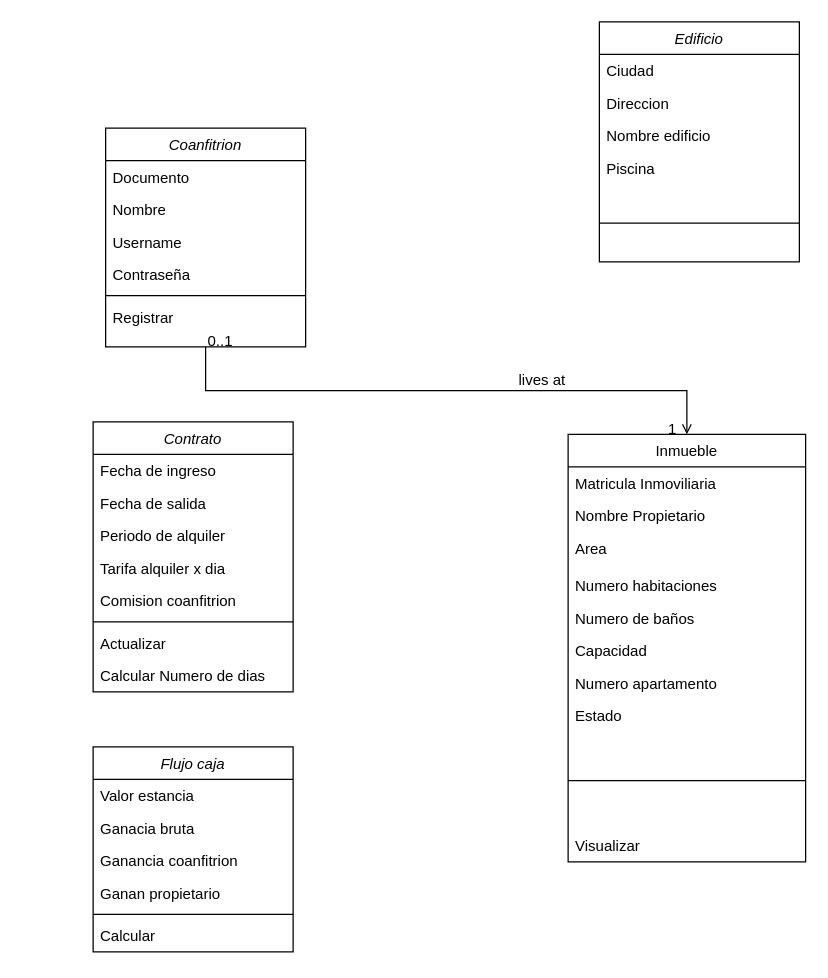
Before: Diagrama sin título.drawio in fsvarelae/fsvarelae, a draw.io diagram. Source tidied: cells renumbered, new cells numbered last; positions are measured from the earlier drawing's top-left corner, leaving out a move shared by most shapes. Both pictures are drawn from the tidied source at 125%, with x=0, y=0 at pixel (92, 21).
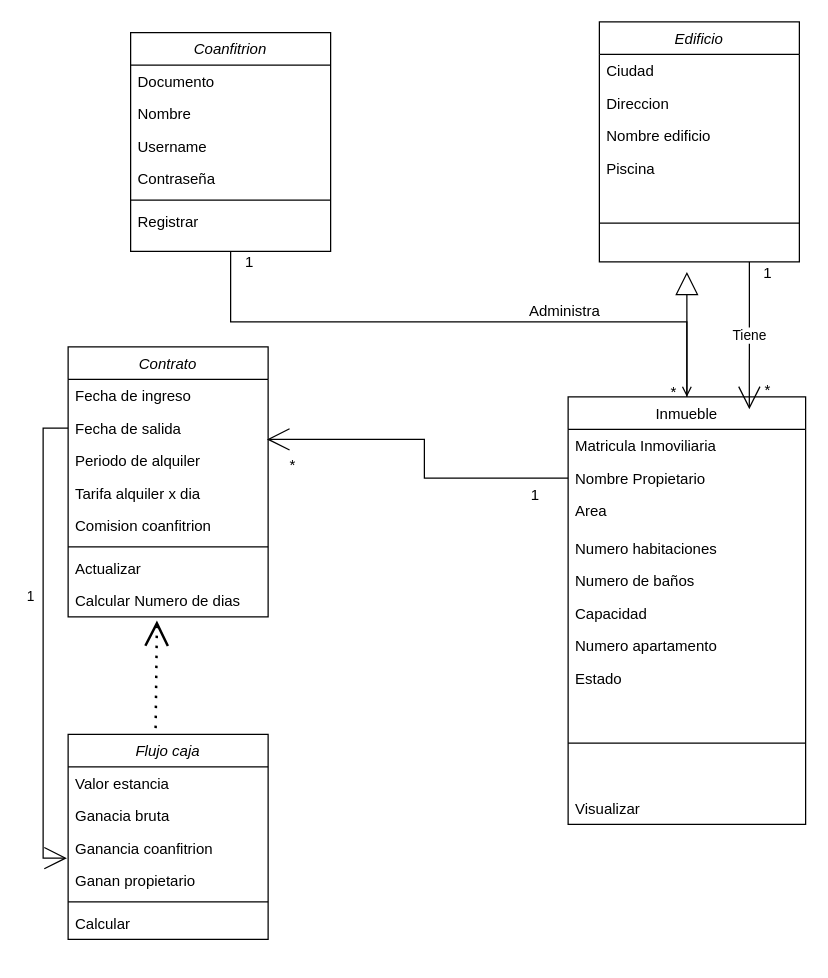
The same page after the edit.

The change refers to these unchanged cells:
```xml
<mxCell id="11" value="Nombre Propietario" style="text;align=left;verticalAlign=top;spacingLeft=4;spacingRight=4;overflow=hidden;points=[[0,0.5],[1,0.5]];portConstraint=eastwest;rounded=0;shadow=0;html=0;" parent="9" vertex="1">
  <mxGeometry y="52" width="190" height="26" as="geometry" />
</mxCell>
<mxCell id="24" value="Edificio" style="swimlane;fontStyle=2;align=center;verticalAlign=top;horizontal=1;startSize=26;rounded=0;shadow=0;strokeWidth=1;" parent="1" vertex="1">
  <mxGeometry x="405" width="160" height="192" as="geometry" />
</mxCell>
<mxCell id="32" value="Fecha de salida" style="text;align=left;verticalAlign=top;spacingLeft=4;spacingRight=4;overflow=hidden;points=[[0,0.5],[1,0.5]];portConstraint=eastwest;rounded=0;shadow=0;html=0;" parent="30" vertex="1">
  <mxGeometry y="52" width="160" height="26" as="geometry" />
</mxCell>
<mxCell id="33" value="Periodo de alquiler" style="text;align=left;verticalAlign=top;spacingLeft=4;spacingRight=4;overflow=hidden;points=[[0,0.5],[1,0.5]];portConstraint=eastwest;rounded=0;shadow=0;html=0;" parent="30" vertex="1">
  <mxGeometry y="78" width="160" height="26" as="geometry" />
</mxCell>
<mxCell id="38" value="Calcular Numero de dias" style="text;align=left;verticalAlign=top;spacingLeft=4;spacingRight=4;overflow=hidden;points=[[0,0.5],[1,0.5]];portConstraint=eastwest;" parent="30" vertex="1">
  <mxGeometry y="190" width="160" height="26" as="geometry" />
</mxCell>
<mxCell id="42" value="Ganancia coanfitrion" style="text;align=left;verticalAlign=top;spacingLeft=4;spacingRight=4;overflow=hidden;points=[[0,0.5],[1,0.5]];portConstraint=eastwest;rounded=0;shadow=0;html=0;" parent="39" vertex="1">
  <mxGeometry y="78" width="160" height="26" as="geometry" />
</mxCell>
```

Change to the diagram source:
```diff
@@
     <mxCell id="2" value="Coanfitrion" style="swimlane;fontStyle=2;align=center;verticalAlign=top;horizontal=1;startSize=26;rounded=0;shadow=0;strokeWidth=1;" parent="1" vertex="1">
-      <mxGeometry x="10" y="85" width="160" height="175" as="geometry" />
+      <mxGeometry x="30" y="8.5" width="160" height="175" as="geometry" />
     </mxCell>
@@
+    <mxCell id="46" style="edgeStyle=orthogonalEdgeStyle;rounded=0;jettySize=auto;html=1;exitX=0.5;exitY=0;exitDx=0;exitDy=0;endArrow=block;endFill=0;strokeWidth=1;endSize=16;" parent="1" edge="1" source="9">
+      <mxGeometry relative="1" as="geometry">
+        <mxPoint x="475" y="200" as="targetPoint" />
+      </mxGeometry>
+    </mxCell>
     <mxCell id="9" value="Inmueble" style="swimlane;fontStyle=0;align=center;verticalAlign=top;horizontal=1;startSize=26;rounded=0;shadow=0;strokeWidth=1;" parent="1" vertex="1">
-      <mxGeometry x="380" y="330" width="190" height="342" as="geometry" />
+      <mxGeometry x="380" y="300" width="190" height="342" as="geometry" />
     </mxCell>
@@
     <mxCell id="20" style="endArrow=open;shadow=0;strokeWidth=1;rounded=0;endFill=1;edgeStyle=elbowEdgeStyle;elbow=vertical;" parent="1" edge="1" source="2" target="9">
       <mxGeometry x="0.5" y="41" relative="1" as="geometry">
+        <Array as="points">
+          <mxPoint x="110" y="240" />
+          <mxPoint x="380" y="350" />
+          <mxPoint x="190" y="310" />
+          <mxPoint x="150" y="340" />
+          <mxPoint x="360" y="360" />
+        </Array>
         <mxPoint x="-40" y="32" as="offset" />
       </mxGeometry>
     </mxCell>
-    <mxCell id="21" value="0..1" style="align=left;verticalAlign=bottom;labelBackgroundColor=none;fontSize=12;" parent="20" vertex="1">
+    <mxCell id="21" value="1" style="align=left;verticalAlign=bottom;labelBackgroundColor=none;fontSize=12;" parent="20" vertex="1">
       <mxGeometry x="-1" relative="1" as="geometry">
-        <mxPoint y="4" as="offset" />
+        <mxPoint x="10" y="17" as="offset" />
       </mxGeometry>
     </mxCell>
-    <mxCell id="22" value="1" style="align=right;verticalAlign=bottom;labelBackgroundColor=none;fontSize=12;" parent="20" vertex="1">
+    <mxCell id="22" value="*" style="align=right;verticalAlign=bottom;labelBackgroundColor=none;fontSize=12;" parent="20" vertex="1">
       <mxGeometry x="1" relative="1" as="geometry">
         <mxPoint x="-7" y="4" as="offset" />
       </mxGeometry>
     </mxCell>
-    <mxCell id="23" value="lives at" style="text;html=1;align=center;verticalAlign=middle;labelBackgroundColor=none;rounded=0;shadow=0;strokeWidth=1;fontSize=12;" parent="20" vertex="1">
+    <mxCell id="23" value="Administra" style="text;html=1;align=center;verticalAlign=middle;labelBackgroundColor=none;rounded=0;shadow=0;strokeWidth=1;fontSize=12;" parent="20" vertex="1">
       <mxGeometry x="0.5" y="49" relative="1" as="geometry">
         <mxPoint x="-38" y="40" as="offset" />
       </mxGeometry>
     </mxCell>
+    <mxCell id="47" value="Tiene" style="edgeStyle=orthogonalEdgeStyle;rounded=0;jettySize=auto;html=1;exitX=0.75;exitY=1;exitDx=0;exitDy=0;entryX=0.763;entryY=0.029;entryDx=0;entryDy=0;entryPerimeter=0;strokeWidth=1;endArrow=open;endFill=0;endSize=16;" parent="1" edge="1" source="24" target="9">
+      <mxGeometry relative="1" as="geometry" />
+    </mxCell>
@@
     <mxCell id="30" value="Contrato" style="swimlane;fontStyle=2;align=center;verticalAlign=top;horizontal=1;startSize=26;rounded=0;shadow=0;strokeWidth=1;" parent="1" vertex="1">
-      <mxGeometry y="320" width="160" height="216" as="geometry" />
+      <mxGeometry x="-20" y="260" width="160" height="216" as="geometry" />
     </mxCell>
@@
     <mxCell id="39" value="Flujo caja" style="swimlane;fontStyle=2;align=center;verticalAlign=top;horizontal=1;startSize=26;rounded=0;shadow=0;strokeWidth=1;" parent="1" vertex="1">
-      <mxGeometry y="580" width="160" height="164" as="geometry" />
+      <mxGeometry x="-20" y="570" width="160" height="164" as="geometry" />
     </mxCell>
@@
+    <mxCell id="48" style="endArrow=open;dashed=1;html=1;dashPattern=1 3;strokeWidth=2;rounded=0;endSize=16;entryX=0.444;entryY=1.115;entryDx=0;entryDy=0;entryPerimeter=0;endFill=0;" parent="1" edge="1" target="38">
+      <mxGeometry relative="1" as="geometry">
+        <mxPoint x="50" y="565" as="sourcePoint" />
+      </mxGeometry>
+    </mxCell>
+    <mxCell id="49" value="1" style="edgeStyle=orthogonalEdgeStyle;rounded=0;jettySize=auto;html=1;exitX=0;exitY=0.5;exitDx=0;exitDy=0;entryX=-0.006;entryY=0.808;entryDx=0;entryDy=0;entryPerimeter=0;strokeWidth=1;endArrow=open;endFill=0;endSize=16;" parent="1" edge="1" source="32" target="42">
+      <mxGeometry x="-0.19" y="-10" relative="1" as="geometry" />
+    </mxCell>
+    <mxCell id="50" value="1" style="text;html=1;strokeColor=none;fillColor=none;align=center;verticalAlign=middle;whiteSpace=wrap;rounded=0;" parent="1" vertex="1">
+      <mxGeometry x="520" y="192" width="40" height="18" as="geometry" />
+    </mxCell>
+    <mxCell id="51" value="*" style="text;html=1;strokeColor=none;fillColor=none;align=center;verticalAlign=middle;whiteSpace=wrap;rounded=0;" parent="1" vertex="1">
+      <mxGeometry x="510" y="280" width="60" height="30" as="geometry" />
+    </mxCell>
+    <mxCell id="52" style="edgeStyle=orthogonalEdgeStyle;rounded=0;jettySize=auto;html=1;exitX=0;exitY=0.5;exitDx=0;exitDy=0;entryX=0.994;entryY=-0.154;entryDx=0;entryDy=0;entryPerimeter=0;strokeWidth=1;endArrow=open;endFill=0;endSize=16;" parent="1" edge="1" source="11" target="33">
+      <mxGeometry relative="1" as="geometry" />
+    </mxCell>
+    <mxCell id="53" value="1" style="text;html=1;strokeColor=none;fillColor=none;align=center;verticalAlign=middle;whiteSpace=wrap;rounded=0;" parent="1" vertex="1">
+      <mxGeometry x="334" y="370" width="40" height="18" as="geometry" />
+    </mxCell>
+    <mxCell id="54" value="*" style="text;html=1;strokeColor=none;fillColor=none;align=center;verticalAlign=middle;whiteSpace=wrap;rounded=0;" parent="1" vertex="1">
+      <mxGeometry x="130" y="340" width="60" height="30" as="geometry" />
+    </mxCell>
```
